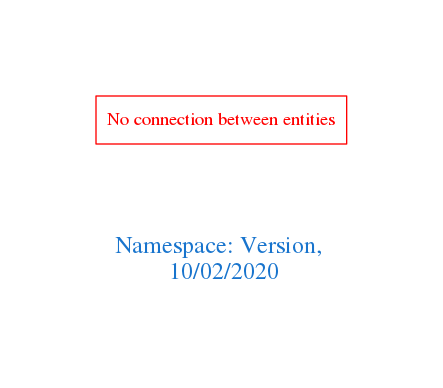
This is downloads/Version.png from arago/OGIT, a Graphviz export, as it was before one commit. Its source is kept beside it as downloads/Version.dot.
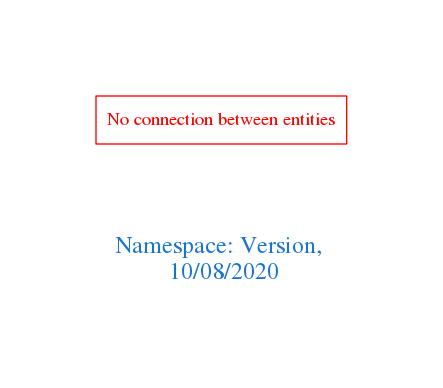
The same file after the commit.

Change to the diagram source:
```diff
@@ -1,7 +1,7 @@
 digraph OGIT_ontology {
  graph [ rankdir= LR,pad=1
 fontsize = 18,
-fontcolor= dodgerblue3,label = "\n\n\nNamespace: Version, \n 10/02/2020"];
+fontcolor= dodgerblue3,label = "\n\n\nNamespace: Version, \n 10/08/2020"];
 node[shape=polygon];
 edge [  color="gray81"];
 
```
